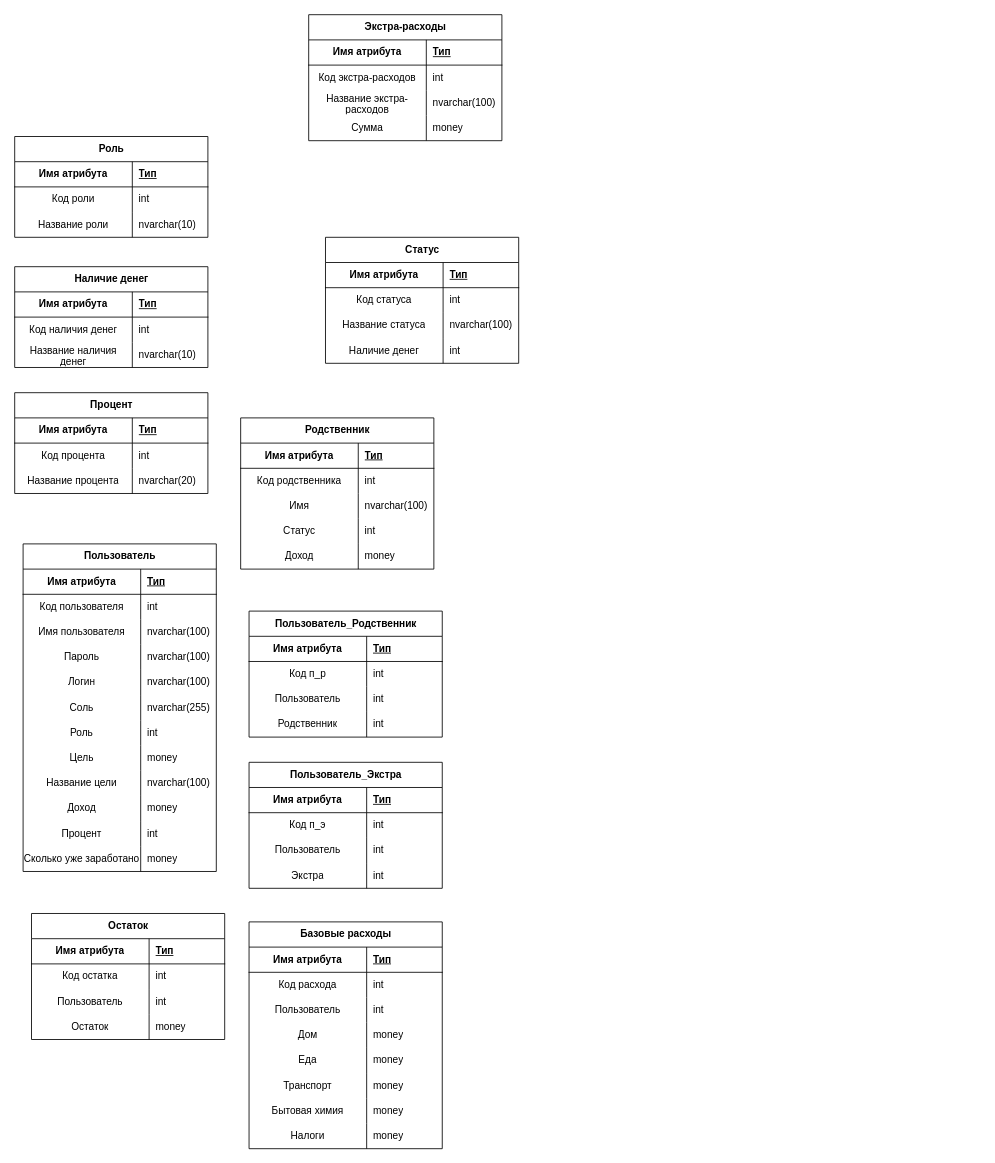
Before: page "Страница — 10" (10 of 18) of new_kurs.drawio in dahichnero/schemas, a draw.io diagram. Source tidied: cells renumbered, new cells numbered last; positions are measured from the earlier drawing's top-left corner, leaving out a move shared by most shapes. Both pictures are drawn from the tidied source at 84%, with x=0, y=0 at pixel (14, 14).
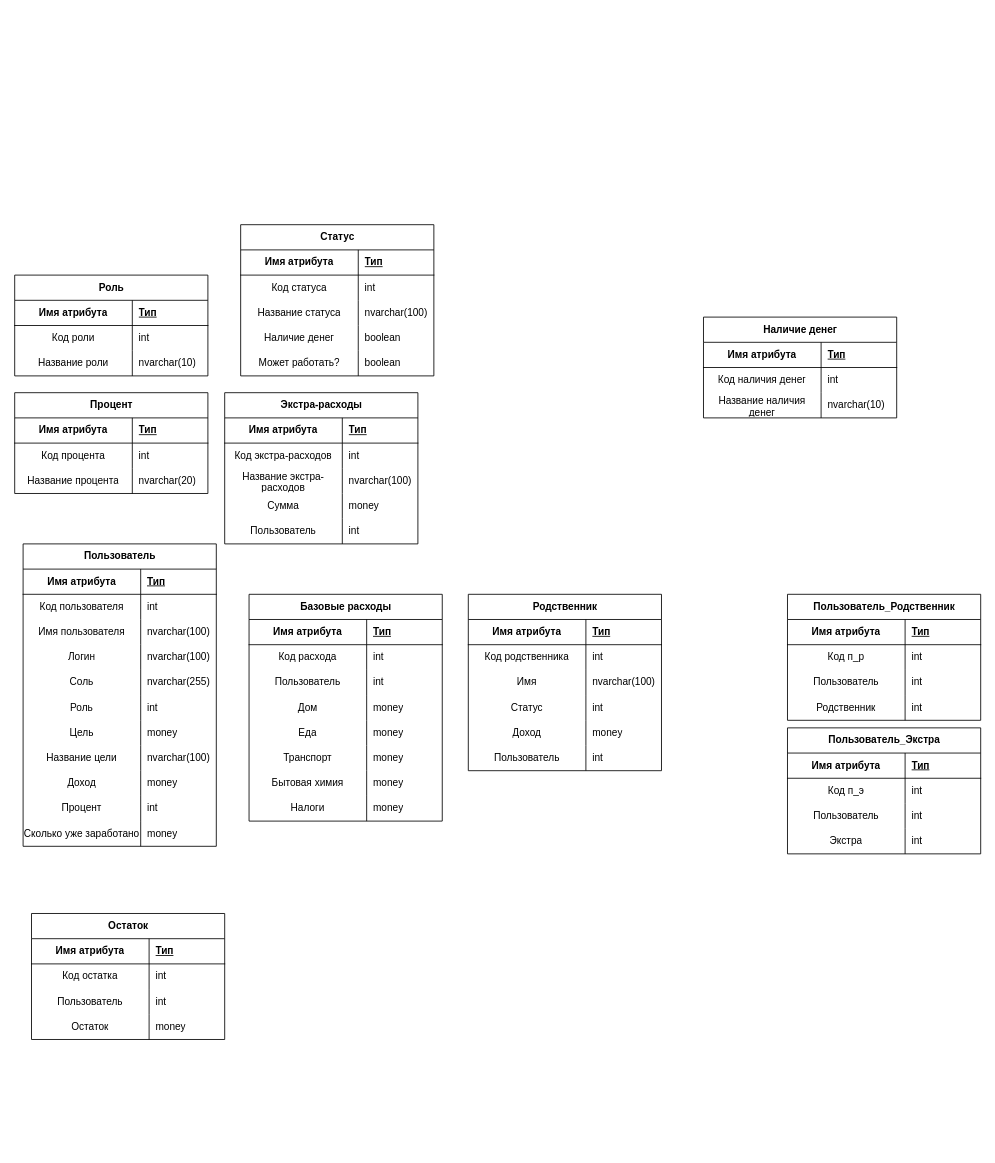
After the change.

The change refers to these unchanged cells:
```xml
<mxCell id="55" style="shape=tableRow;horizontal=0;startSize=0;swimlaneHead=0;swimlaneBody=0;fillColor=none;top=0;left=0;right=0;bottom=0;" parent="45" vertex="1">
  <mxGeometry y="120" width="230" height="30" as="geometry" />
</mxCell>
```

The edit, as a diff of the source:
```diff
@@
     <mxCell id="2" value="Роль" style="shape=table;startSize=30;childLayout=tableLayout;rowLines=0;fontStyle=1;align=center;html=1;" parent="1" vertex="1">
-      <mxGeometry y="145" width="230" height="120" as="geometry" />
+      <mxGeometry y="310" width="230" height="120" as="geometry" />
     </mxCell>
@@
     <mxCell id="12" value="Наличие денег" style="shape=table;startSize=30;childLayout=tableLayout;rowLines=0;fontStyle=1;align=center;html=1;" parent="1" vertex="1">
-      <mxGeometry y="300" width="230" height="120" as="geometry" />
+      <mxGeometry x="820" y="360" width="230" height="120" as="geometry" />
     </mxCell>
@@
     <mxCell id="32" value="Экстра-расходы" style="shape=table;startSize=30;childLayout=tableLayout;rowLines=0;fontStyle=1;align=center;html=1;" parent="1" vertex="1">
-      <mxGeometry x="350" width="230" height="150" as="geometry" />
+      <mxGeometry x="250" y="450" width="230" height="180" as="geometry" />
     </mxCell>
@@
+    <mxCell id="175" style="shape=tableRow;horizontal=0;startSize=0;swimlaneHead=0;swimlaneBody=0;fillColor=none;top=0;left=0;right=0;bottom=0;" parent="32" vertex="1">
+      <mxGeometry y="150" width="230" height="30" as="geometry" />
+    </mxCell>
+    <mxCell id="176" value="Пользователь" style="shape=partialRectangle;fillColor=none;top=0;left=0;bottom=0;right=0;overflow=hidden;whiteSpace=wrap;html=1;" parent="175" vertex="1">
+      <mxGeometry width="140" height="30" as="geometry" />
+    </mxCell>
+    <mxCell id="177" value="int" style="shape=partialRectangle;fillColor=none;top=0;left=0;bottom=0;right=0;align=left;spacingLeft=6;overflow=hidden;whiteSpace=wrap;html=1;" parent="175" vertex="1">
+      <mxGeometry x="140" width="90" height="30" as="geometry" />
+    </mxCell>
     <mxCell id="45" value="Статус" style="shape=table;startSize=30;childLayout=tableLayout;rowLines=0;fontStyle=1;align=center;html=1;" parent="1" vertex="1">
-      <mxGeometry x="370" y="265" width="230" height="150" as="geometry" />
+      <mxGeometry x="269" y="250" width="230" height="180" as="geometry" />
     </mxCell>
@@
-    <mxCell id="57" value="int" style="shape=partialRectangle;fillColor=none;top=0;left=0;bottom=0;right=0;align=left;spacingLeft=6;overflow=hidden;whiteSpace=wrap;html=1;" parent="55" vertex="1">
+    <mxCell id="57" value="boolean" style="shape=partialRectangle;fillColor=none;top=0;left=0;bottom=0;right=0;align=left;spacingLeft=6;overflow=hidden;whiteSpace=wrap;html=1;" parent="55" vertex="1">
       <mxGeometry x="140" width="90" height="30" as="geometry" />
     </mxCell>
+    <mxCell id="178" style="shape=tableRow;horizontal=0;startSize=0;swimlaneHead=0;swimlaneBody=0;fillColor=none;top=0;left=0;right=0;bottom=0;" parent="45" vertex="1">
+      <mxGeometry y="150" width="230" height="30" as="geometry" />
+    </mxCell>
+    <mxCell id="179" value="Может работать?" style="shape=partialRectangle;fillColor=none;top=0;left=0;bottom=0;right=0;overflow=hidden;whiteSpace=wrap;html=1;" parent="178" vertex="1">
+      <mxGeometry width="140" height="30" as="geometry" />
+    </mxCell>
+    <mxCell id="180" value="boolean" style="shape=partialRectangle;fillColor=none;top=0;left=0;bottom=0;right=0;align=left;spacingLeft=6;overflow=hidden;whiteSpace=wrap;html=1;" parent="178" vertex="1">
+      <mxGeometry x="140" width="90" height="30" as="geometry" />
+    </mxCell>
     <mxCell id="58" value="Родственник" style="shape=table;startSize=30;childLayout=tableLayout;rowLines=0;fontStyle=1;align=center;html=1;" parent="1" vertex="1">
-      <mxGeometry x="269" y="480" width="230" height="180" as="geometry" />
+      <mxGeometry x="540" y="690" width="230" height="210" as="geometry" />
     </mxCell>
@@
+    <mxCell id="181" style="shape=tableRow;horizontal=0;startSize=0;swimlaneHead=0;swimlaneBody=0;fillColor=none;top=0;left=0;right=0;bottom=0;" parent="58" vertex="1">
+      <mxGeometry y="180" width="230" height="30" as="geometry" />
+    </mxCell>
+    <mxCell id="182" value="Пользователь" style="shape=partialRectangle;fillColor=none;top=0;left=0;bottom=0;right=0;overflow=hidden;whiteSpace=wrap;html=1;" parent="181" vertex="1">
+      <mxGeometry width="140" height="30" as="geometry" />
+    </mxCell>
+    <mxCell id="183" value="int" style="shape=partialRectangle;fillColor=none;top=0;left=0;bottom=0;right=0;align=left;spacingLeft=6;overflow=hidden;whiteSpace=wrap;html=1;" parent="181" vertex="1">
+      <mxGeometry x="140" width="90" height="30" as="geometry" />
+    </mxCell>
     <mxCell id="74" value="Пользователь" style="shape=table;startSize=30;childLayout=tableLayout;rowLines=0;fontStyle=1;align=center;html=1;" parent="1" vertex="1">
-      <mxGeometry x="10" y="630" width="230" height="390" as="geometry" />
+      <mxGeometry x="10" y="630" width="230" height="360" as="geometry" />
     </mxCell>
@@
-    <mxCell id="84" style="shape=tableRow;horizontal=0;startSize=0;swimlaneHead=0;swimlaneBody=0;fillColor=none;top=0;left=0;right=0;bottom=0;" parent="74" vertex="1">
-      <mxGeometry y="120" width="230" height="30" as="geometry" />
-    </mxCell>
-    <mxCell id="85" value="Пароль" style="shape=partialRectangle;fillColor=none;top=0;left=0;bottom=0;right=0;overflow=hidden;whiteSpace=wrap;html=1;" parent="84" vertex="1">
-      <mxGeometry width="140" height="30" as="geometry" />
-    </mxCell>
-    <mxCell id="86" value="nvarchar(100)" style="shape=partialRectangle;fillColor=none;top=0;left=0;bottom=0;right=0;align=left;spacingLeft=6;overflow=hidden;whiteSpace=wrap;html=1;" parent="84" vertex="1">
-      <mxGeometry x="140" width="90" height="30" as="geometry" />
-    </mxCell>
     <mxCell id="87" style="shape=tableRow;horizontal=0;startSize=0;swimlaneHead=0;swimlaneBody=0;fillColor=none;top=0;left=0;right=0;bottom=0;" parent="74" vertex="1">
-      <mxGeometry y="150" width="230" height="30" as="geometry" />
+      <mxGeometry y="120" width="230" height="30" as="geometry" />
     </mxCell>
@@
     <mxCell id="90" style="shape=tableRow;horizontal=0;startSize=0;swimlaneHead=0;swimlaneBody=0;fillColor=none;top=0;left=0;right=0;bottom=0;" parent="74" vertex="1">
-      <mxGeometry y="180" width="230" height="30" as="geometry" />
+      <mxGeometry y="150" width="230" height="30" as="geometry" />
     </mxCell>
@@
     <mxCell id="93" style="shape=tableRow;horizontal=0;startSize=0;swimlaneHead=0;swimlaneBody=0;fillColor=none;top=0;left=0;right=0;bottom=0;" parent="74" vertex="1">
-      <mxGeometry y="210" width="230" height="30" as="geometry" />
+      <mxGeometry y="180" width="230" height="30" as="geometry" />
     </mxCell>
@@
     <mxCell id="96" style="shape=tableRow;horizontal=0;startSize=0;swimlaneHead=0;swimlaneBody=0;fillColor=none;top=0;left=0;right=0;bottom=0;" parent="74" vertex="1">
-      <mxGeometry y="240" width="230" height="30" as="geometry" />
+      <mxGeometry y="210" width="230" height="30" as="geometry" />
     </mxCell>
@@
     <mxCell id="99" style="shape=tableRow;horizontal=0;startSize=0;swimlaneHead=0;swimlaneBody=0;fillColor=none;top=0;left=0;right=0;bottom=0;" parent="74" vertex="1">
-      <mxGeometry y="270" width="230" height="30" as="geometry" />
+      <mxGeometry y="240" width="230" height="30" as="geometry" />
     </mxCell>
@@
     <mxCell id="102" style="shape=tableRow;horizontal=0;startSize=0;swimlaneHead=0;swimlaneBody=0;fillColor=none;top=0;left=0;right=0;bottom=0;" parent="74" vertex="1">
-      <mxGeometry y="300" width="230" height="30" as="geometry" />
+      <mxGeometry y="270" width="230" height="30" as="geometry" />
     </mxCell>
@@
     <mxCell id="105" style="shape=tableRow;horizontal=0;startSize=0;swimlaneHead=0;swimlaneBody=0;fillColor=none;top=0;left=0;right=0;bottom=0;" parent="74" vertex="1">
-      <mxGeometry y="330" width="230" height="30" as="geometry" />
+      <mxGeometry y="300" width="230" height="30" as="geometry" />
     </mxCell>
@@
     <mxCell id="108" style="shape=tableRow;horizontal=0;startSize=0;swimlaneHead=0;swimlaneBody=0;fillColor=none;top=0;left=0;right=0;bottom=0;" parent="74" vertex="1">
-      <mxGeometry y="360" width="230" height="30" as="geometry" />
+      <mxGeometry y="330" width="230" height="30" as="geometry" />
     </mxCell>
@@
     <mxCell id="111" value="Пользователь_Родственник" style="shape=table;startSize=30;childLayout=tableLayout;rowLines=0;fontStyle=1;align=center;html=1;" parent="1" vertex="1">
-      <mxGeometry x="279" y="710" width="230" height="150" as="geometry" />
+      <mxGeometry x="920" y="690" width="230" height="150" as="geometry" />
     </mxCell>
@@
     <mxCell id="124" value="Пользователь_Экстра" style="shape=table;startSize=30;childLayout=tableLayout;rowLines=0;fontStyle=1;align=center;html=1;" parent="1" vertex="1">
-      <mxGeometry x="279" y="890" width="230" height="150" as="geometry" />
+      <mxGeometry x="920" y="849" width="230" height="150" as="geometry" />
     </mxCell>
@@
     <mxCell id="150" value="Базовые расходы" style="shape=table;startSize=30;childLayout=tableLayout;rowLines=0;fontStyle=1;align=center;html=1;" parent="1" vertex="1">
-      <mxGeometry x="279" y="1080" width="230" height="270" as="geometry" />
+      <mxGeometry x="279" y="690" width="230" height="270" as="geometry" />
     </mxCell>
```
